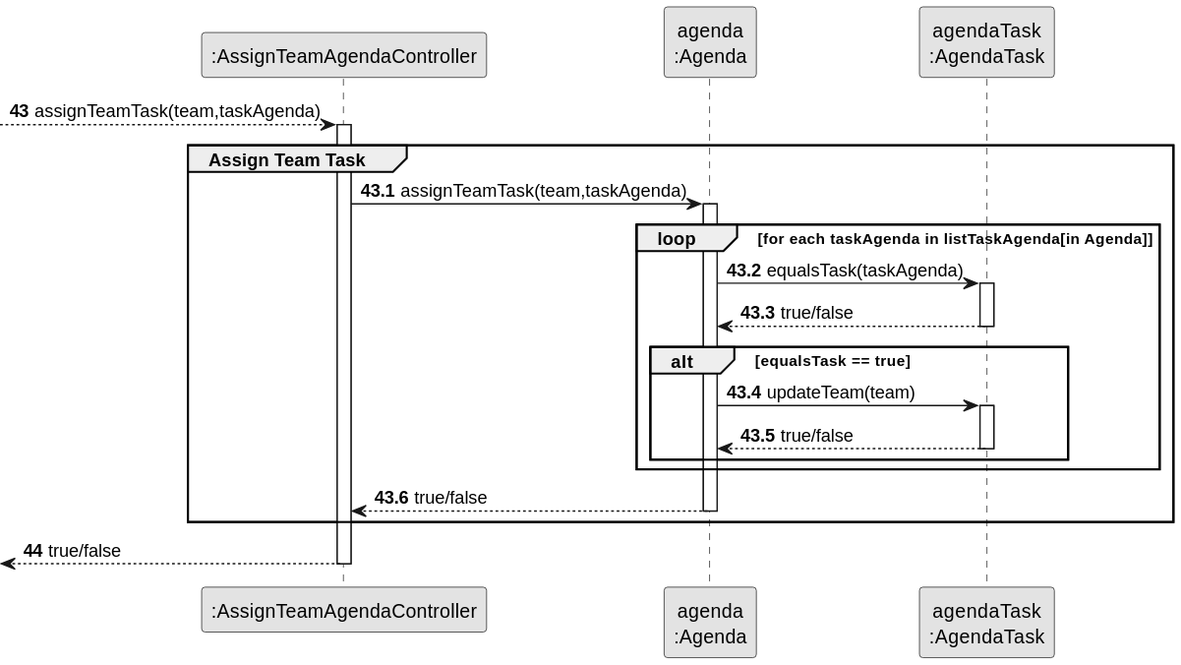
Above: docs/sprint3/us23/03.design/svg/us23-partial-sequence-diagram-assign-team.svg in Departamento-de-Engenharia-Informatica/lei-24-s2-1db-g022 (PlantUML), before the change.
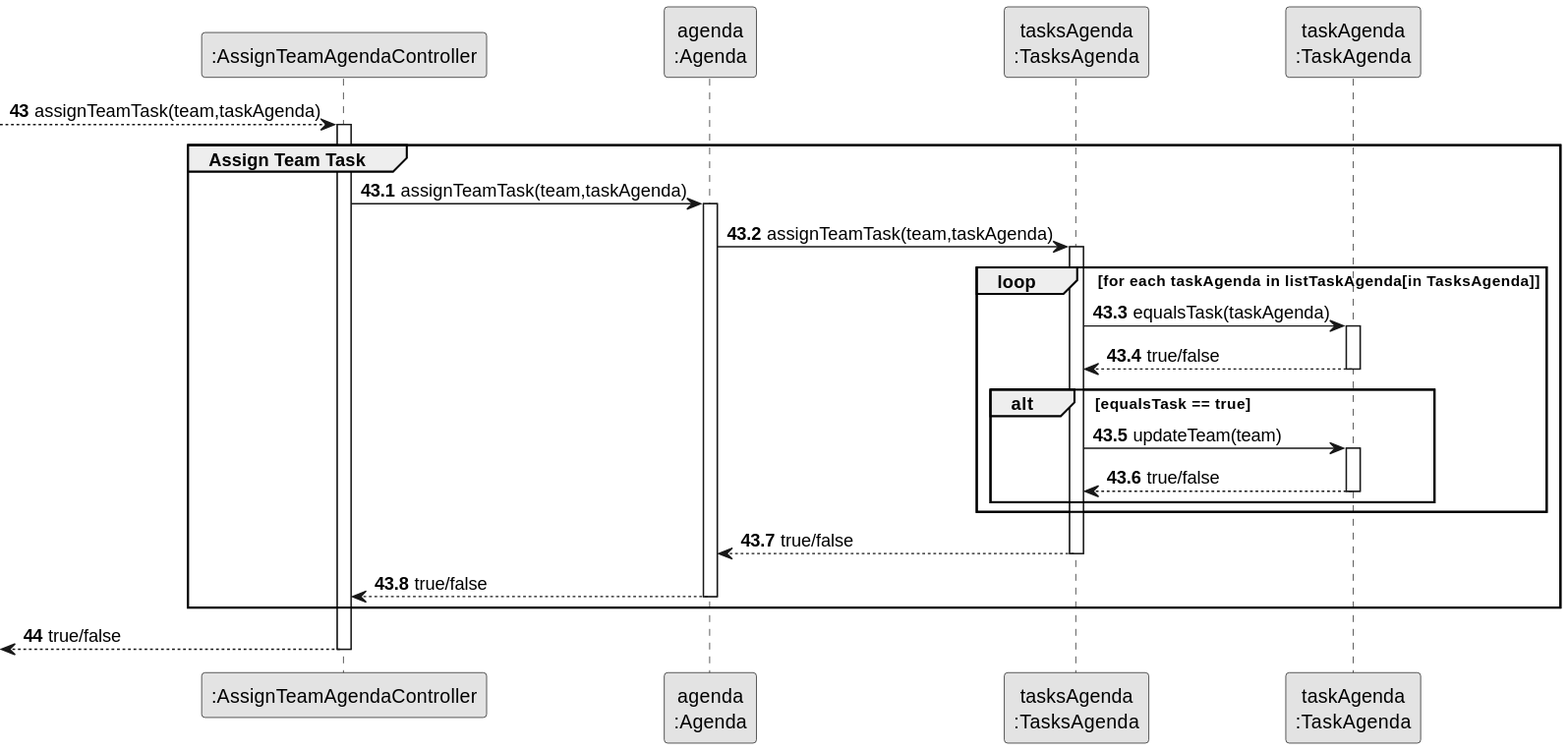
The same file after the commit.

Diff of the diagram source:
```diff
@@ -5,8 +5,8 @@
 
 participant ":AssignTeamAgendaController" as CTRL
 participant "agenda\n:Agenda" as AGENDA
-
-participant "agendaTask\n:AgendaTask" as TASK
+participant "tasksAgenda\n:TasksAgenda" as TASKAGENDA
+participant "taskAgenda\n:TaskAgenda" as TASK
 
 autonumber 43
 
@@ -21,29 +21,37 @@
 
 activate AGENDA
 
-loop for each taskAgenda in listTaskAgenda[in Agenda]
+AGENDA -> TASKAGENDA : assignTeamTask(team,taskAgenda)
 
-AGENDA -> TASK : equalsTask(taskAgenda)
+activate TASKAGENDA
+
+loop for each taskAgenda in listTaskAgenda[in TasksAgenda]
+
+TASKAGENDA -> TASK : equalsTask(taskAgenda)
 
 activate TASK
 
-TASK --> AGENDA : true/false
+TASK --> TASKAGENDA : true/false
 
 deactivate TASK
 
 alt equalsTask == true
 
-AGENDA -> TASK : updateTeam(team)
+TASKAGENDA -> TASK : updateTeam(team)
 
 activate TASK
 
-TASK --> AGENDA : true/false
+TASK --> TASKAGENDA : true/false
 
 deactivate TASK
 
 end
 
 end
+
+TASKAGENDA --> AGENDA : true/false
+
+deactivate TASKAGENDA
 
 AGENDA --> CTRL : true/false
 
```
